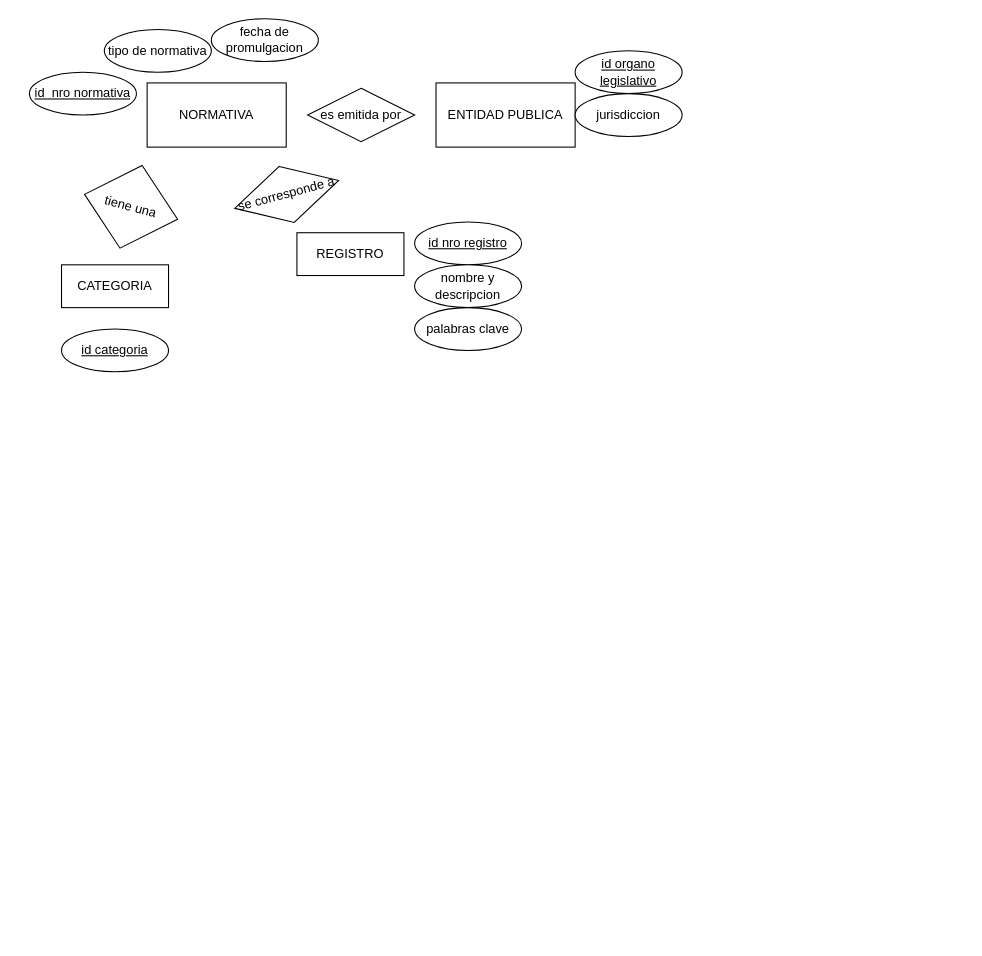
The draw.io diagram Proyecto Final 2023/REPOSITORIO REMOTO/CONSIGNA BASE DE DATOS/Diseño de DER..drawio in Cohorte2023ISPC/Grupo1TSDW, before the edit. Source tidied: cells renumbered, new cells numbered last; positions are measured from the earlier drawing's top-left corner, leaving out a move shared by most shapes. Both pictures are drawn from the tidied source at 107%, with x=0, y=0 at pixel (29, 18).
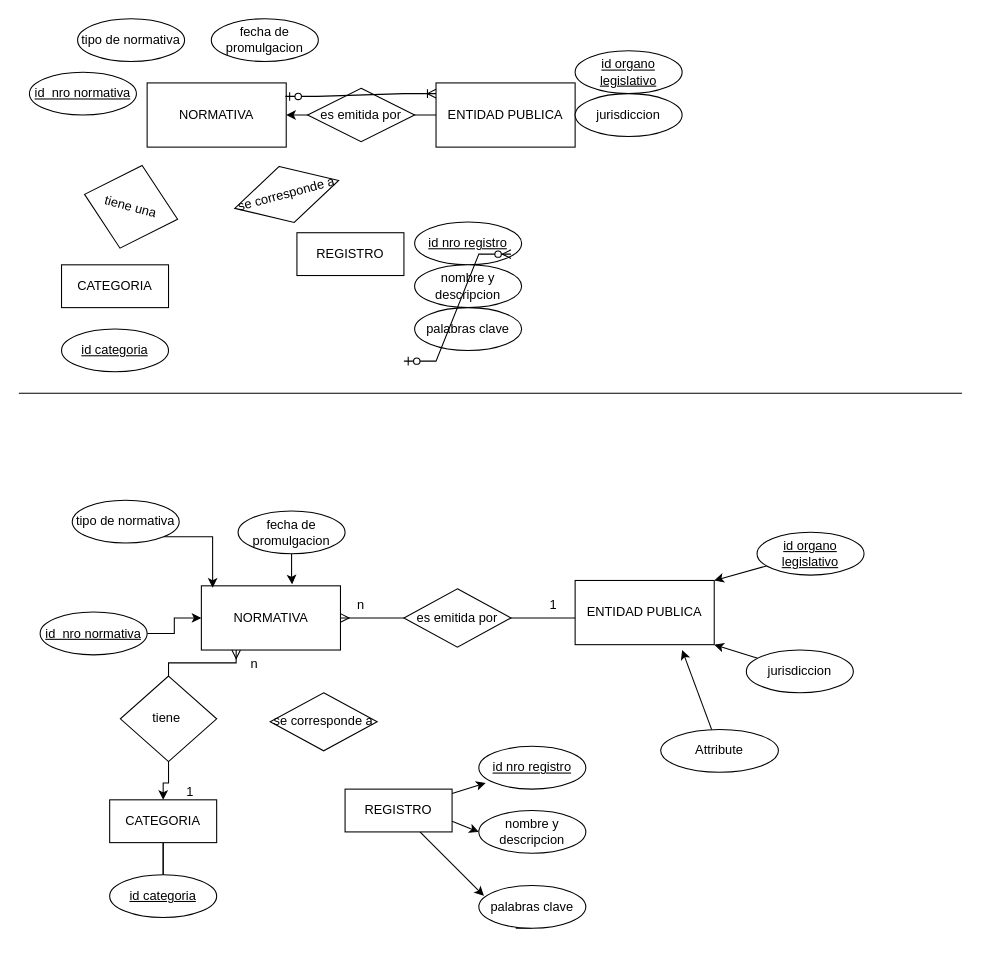
After the change.

Unchanged cells that the change refers to:
```xml
<mxCell id="2" value="NORMATIVA" style="whiteSpace=wrap;html=1;align=center;" parent="1" vertex="1">
  <mxGeometry x="110" y="60" width="130" height="60" as="geometry" />
</mxCell>
<mxCell id="4" value="ENTIDAD PUBLICA" style="whiteSpace=wrap;html=1;align=center;" parent="1" vertex="1">
  <mxGeometry x="380" y="60" width="130" height="60" as="geometry" />
</mxCell>
```

Diff of the diagram source:
```diff
@@
+    <mxCell id="18" style="edgeStyle=orthogonalEdgeStyle;rounded=0;jettySize=auto;html=1;exitX=0;exitY=0.5;exitDx=0;exitDy=0;entryX=1;entryY=0.5;entryDx=0;entryDy=0;" parent="1" edge="1" source="4" target="2">
+      <mxGeometry relative="1" as="geometry" />
+    </mxCell>
@@
     <mxCell id="7" value="tipo de normativa" style="ellipse;whiteSpace=wrap;html=1;align=center;" parent="1" vertex="1">
-      <mxGeometry x="70" y="10" width="100" height="40" as="geometry" />
+      <mxGeometry x="45" width="100" height="40" as="geometry" />
     </mxCell>
@@
+    <mxCell id="19" style="edgeStyle=entityRelationEdgeStyle;fontSize=12;html=1;endArrow=ERzeroToMany;startArrow=ERzeroToOne;rounded=0;" parent="1" edge="1">
+      <mxGeometry relative="1" as="geometry">
+        <mxPoint x="350" y="320" as="sourcePoint" />
+        <mxPoint x="450" y="220" as="targetPoint" />
+      </mxGeometry>
+    </mxCell>
+    <mxCell id="20" style="edgeStyle=entityRelationEdgeStyle;fontSize=12;html=1;endArrow=ERoneToMany;startArrow=ERzeroToOne;rounded=0;entryX=0.006;entryY=0.623;entryDx=0;entryDy=0;entryPerimeter=0;" parent="1" edge="1">
+      <mxGeometry relative="1" as="geometry">
+        <mxPoint x="239.2" y="72.6" as="sourcePoint" />
+        <mxPoint x="380" y="70" as="targetPoint" />
+        <Array as="points">
+          <mxPoint x="329.2" y="-7.4" />
+        </Array>
+      </mxGeometry>
+    </mxCell>
+    <mxCell id="21" value="NORMATIVA" style="whiteSpace=wrap;html=1;align=center;" parent="1" vertex="1">
+      <mxGeometry x="160.7" y="530" width="130" height="60" as="geometry" />
+    </mxCell>
+    <mxCell id="22" style="rounded=0;jettySize=auto;html=1;entryX=0.064;entryY=0.855;entryDx=0;entryDy=0;entryPerimeter=0;" parent="1" edge="1" source="25" target="36">
+      <mxGeometry relative="1" as="geometry" />
+    </mxCell>
+    <mxCell id="23" style="rounded=0;jettySize=auto;html=1;exitX=1;exitY=0.75;exitDx=0;exitDy=0;entryX=0;entryY=0.5;entryDx=0;entryDy=0;" parent="1" edge="1" source="25" target="37">
+      <mxGeometry relative="1" as="geometry" />
+    </mxCell>
+    <mxCell id="24" style="rounded=0;jettySize=auto;html=1;entryX=0.048;entryY=0.245;entryDx=0;entryDy=0;entryPerimeter=0;" parent="1" edge="1" source="25" target="39">
+      <mxGeometry relative="1" as="geometry" />
+    </mxCell>
+    <mxCell id="25" value="REGISTRO" style="whiteSpace=wrap;html=1;align=center;" parent="1" vertex="1">
+      <mxGeometry x="295" y="720" width="100" height="40" as="geometry" />
+    </mxCell>
+    <mxCell id="26" value="ENTIDAD PUBLICA" style="whiteSpace=wrap;html=1;align=center;" parent="1" vertex="1">
+      <mxGeometry x="510" y="525" width="130" height="60" as="geometry" />
+    </mxCell>
+    <mxCell id="27" style="edgeStyle=orthogonalEdgeStyle;rounded=0;jettySize=auto;html=1;" parent="1" edge="1" source="28">
+      <mxGeometry relative="1" as="geometry">
+        <mxPoint x="125" y="810" as="targetPoint" />
+      </mxGeometry>
+    </mxCell>
+    <mxCell id="28" value="CATEGORIA" style="whiteSpace=wrap;html=1;align=center;" parent="1" vertex="1">
+      <mxGeometry x="75" y="730" width="100" height="40" as="geometry" />
+    </mxCell>
+    <mxCell id="29" style="edgeStyle=orthogonalEdgeStyle;rounded=0;jettySize=auto;html=1;" parent="1" edge="1" source="30" target="21">
+      <mxGeometry relative="1" as="geometry" />
+    </mxCell>
+    <mxCell id="30" value="id&amp;nbsp; nro normativa" style="ellipse;whiteSpace=wrap;html=1;align=center;fontStyle=4;" parent="1" vertex="1">
+      <mxGeometry x="10" y="554.5" width="100" height="40" as="geometry" />
+    </mxCell>
+    <mxCell id="31" style="edgeStyle=orthogonalEdgeStyle;rounded=0;jettySize=auto;html=1;exitX=1;exitY=1;exitDx=0;exitDy=0;entryX=0.081;entryY=0.03;entryDx=0;entryDy=0;entryPerimeter=0;" parent="1" edge="1" source="32" target="21">
+      <mxGeometry relative="1" as="geometry" />
+    </mxCell>
+    <mxCell id="32" value="tipo de normativa" style="ellipse;whiteSpace=wrap;html=1;align=center;" parent="1" vertex="1">
+      <mxGeometry x="40" y="450" width="100" height="40" as="geometry" />
+    </mxCell>
+    <mxCell id="33" style="edgeStyle=orthogonalEdgeStyle;rounded=0;jettySize=auto;html=1;entryX=0.653;entryY=-0.023;entryDx=0;entryDy=0;entryPerimeter=0;" parent="1" edge="1" source="34" target="21">
+      <mxGeometry relative="1" as="geometry" />
+    </mxCell>
+    <mxCell id="34" value="fecha de promulgacion" style="ellipse;whiteSpace=wrap;html=1;align=center;" parent="1" vertex="1">
+      <mxGeometry x="195" y="460" width="100" height="40" as="geometry" />
+    </mxCell>
+    <mxCell id="35" value="se corresponde a" style="shape=rhombus;perimeter=rhombusPerimeter;whiteSpace=wrap;html=1;align=center;rotation=0;" parent="1" vertex="1">
+      <mxGeometry x="225" y="630" width="100" height="54.2" as="geometry" />
+    </mxCell>
+    <mxCell id="36" value="id nro registro" style="ellipse;whiteSpace=wrap;html=1;align=center;fontStyle=4;" parent="1" vertex="1">
+      <mxGeometry x="420" y="680" width="100" height="40" as="geometry" />
+    </mxCell>
+    <mxCell id="37" value="nombre y descripcion" style="ellipse;whiteSpace=wrap;html=1;align=center;" parent="1" vertex="1">
+      <mxGeometry x="420" y="740" width="100" height="40" as="geometry" />
+    </mxCell>
+    <mxCell id="38" style="edgeStyle=orthogonalEdgeStyle;rounded=0;jettySize=auto;html=1;exitX=0.5;exitY=1;exitDx=0;exitDy=0;" parent="1" edge="1" source="39">
+      <mxGeometry relative="1" as="geometry">
+        <mxPoint x="455" y="840" as="targetPoint" />
+      </mxGeometry>
+    </mxCell>
+    <mxCell id="39" value="palabras clave" style="ellipse;whiteSpace=wrap;html=1;align=center;" parent="1" vertex="1">
+      <mxGeometry x="420" y="810" width="100" height="40" as="geometry" />
+    </mxCell>
+    <mxCell id="40" style="rounded=0;jettySize=auto;html=1;entryX=1;entryY=0;entryDx=0;entryDy=0;" parent="1" edge="1" source="41" target="26">
+      <mxGeometry relative="1" as="geometry" />
+    </mxCell>
+    <mxCell id="41" value="id organo legislativo" style="ellipse;whiteSpace=wrap;html=1;align=center;fontStyle=4;" parent="1" vertex="1">
+      <mxGeometry x="680" y="480" width="100" height="40" as="geometry" />
+    </mxCell>
+    <mxCell id="42" style="rounded=0;jettySize=auto;html=1;entryX=1;entryY=1;entryDx=0;entryDy=0;" parent="1" edge="1" source="43" target="26">
+      <mxGeometry relative="1" as="geometry" />
+    </mxCell>
+    <mxCell id="43" value="jurisdiccion" style="ellipse;whiteSpace=wrap;html=1;align=center;" parent="1" vertex="1">
+      <mxGeometry x="670" y="590" width="100" height="40" as="geometry" />
+    </mxCell>
+    <mxCell id="44" value="id categoria" style="ellipse;whiteSpace=wrap;html=1;align=center;fontStyle=4;" parent="1" vertex="1">
+      <mxGeometry x="75" y="800" width="100" height="40" as="geometry" />
+    </mxCell>
+    <mxCell id="45" style="endArrow=none;html=1;rounded=0;" parent="1" edge="1">
+      <mxGeometry relative="1" as="geometry">
+        <mxPoint x="-9.9" y="350" as="sourcePoint" />
+        <mxPoint x="871.6" y="350" as="targetPoint" />
+      </mxGeometry>
+    </mxCell>
+    <mxCell id="46" style="endArrow=none;html=1;rounded=0;exitX=0.5;exitY=1;exitDx=0;exitDy=0;entryX=0.5;entryY=0;entryDx=0;entryDy=0;" parent="1" edge="1" source="28" target="44">
+      <mxGeometry relative="1" as="geometry" />
+    </mxCell>
+    <mxCell id="47" style="rounded=0;jettySize=auto;html=1;" parent="1" edge="1" source="48">
+      <mxGeometry relative="1" as="geometry">
+        <mxPoint x="610" y="590" as="targetPoint" />
+      </mxGeometry>
+    </mxCell>
+    <mxCell id="48" value="Attribute" style="ellipse;whiteSpace=wrap;html=1;align=center;" parent="1" vertex="1">
+      <mxGeometry x="590" y="664.2" width="110" height="40" as="geometry" />
+    </mxCell>
+    <mxCell id="49" style="edgeStyle=entityRelationEdgeStyle;fontSize=12;html=1;endArrow=ERmany;rounded=0;entryX=1;entryY=0.5;entryDx=0;entryDy=0;" parent="1" edge="1" target="21">
+      <mxGeometry relative="1" as="geometry">
+        <mxPoint x="480" y="560" as="sourcePoint" />
+      </mxGeometry>
+    </mxCell>
+    <mxCell id="50" value="es emitida por" style="shape=rhombus;perimeter=rhombusPerimeter;whiteSpace=wrap;html=1;align=center;" parent="1" vertex="1">
+      <mxGeometry x="350" y="532.8" width="100" height="54.5" as="geometry" />
+    </mxCell>
+    <mxCell id="51" style="edgeStyle=orthogonalEdgeStyle;fontSize=12;html=1;endArrow=ERmany;rounded=0;entryX=0.25;entryY=1;entryDx=0;entryDy=0;" parent="1" edge="1" source="53" target="21">
+      <mxGeometry relative="1" as="geometry">
+        <Array as="points">
+          <mxPoint x="130" y="602" />
+          <mxPoint x="193" y="602" />
+        </Array>
+      </mxGeometry>
+    </mxCell>
+    <mxCell id="52" style="edgeStyle=orthogonalEdgeStyle;rounded=0;jettySize=auto;html=1;entryX=0.5;entryY=0;entryDx=0;entryDy=0;" parent="1" edge="1" source="53" target="28">
+      <mxGeometry relative="1" as="geometry" />
+    </mxCell>
+    <mxCell id="53" value="tiene&amp;nbsp;" style="shape=rhombus;perimeter=rhombusPerimeter;whiteSpace=wrap;html=1;align=center;rotation=0;" parent="1" vertex="1">
+      <mxGeometry x="85" y="614.3" width="90" height="80" as="geometry" />
+    </mxCell>
+    <mxCell id="54" value="1" style="text;html=1;strokeColor=none;fillColor=none;align=center;verticalAlign=middle;whiteSpace=wrap;rounded=0;" parent="1" vertex="1">
+      <mxGeometry x="460" y="532.8" width="60" height="30" as="geometry" />
+    </mxCell>
+    <mxCell id="55" value="n" style="text;html=1;strokeColor=none;fillColor=none;align=center;verticalAlign=middle;whiteSpace=wrap;rounded=0;" parent="1" vertex="1">
+      <mxGeometry x="280" y="532.8" width="60" height="30" as="geometry" />
+    </mxCell>
+    <mxCell id="56" value="n" style="text;html=1;align=center;verticalAlign=middle;strokeColor=none;fillColor=none;" parent="1" vertex="1">
+      <mxGeometry x="195" y="588" width="30" height="30" as="geometry" />
+    </mxCell>
+    <mxCell id="57" value="1" style="text;html=1;align=center;verticalAlign=middle;strokeColor=none;fillColor=none;" parent="1" vertex="1">
+      <mxGeometry x="135" y="708" width="30" height="30" as="geometry" />
+    </mxCell>
```
